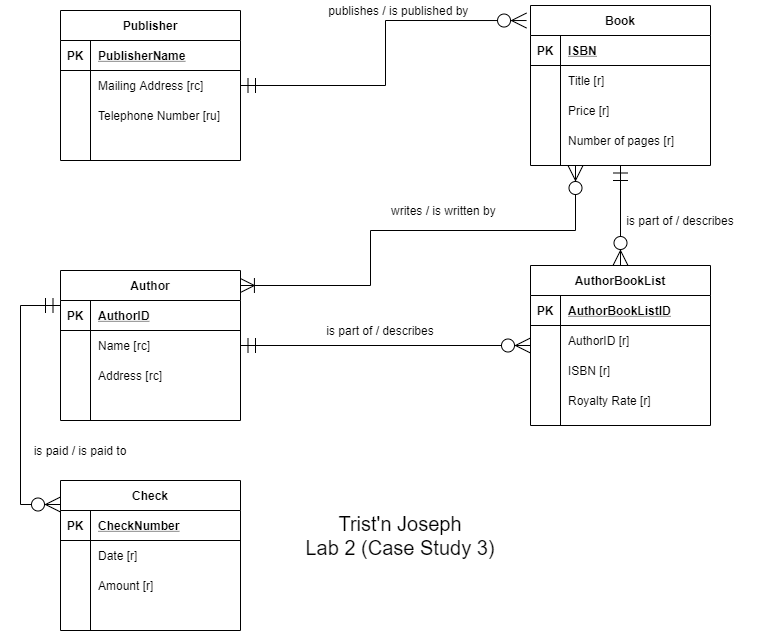
trisxcj1/SyracuseUniversity_IST659 keeps this draw.io diagram as Lab 2/Lab 02 - Conceptual Modeling (Case study 3).png. Above is the earlier version. Source tidied: cells renumbered, new cells last; positions are measured from the earlier drawing's top-left corner, leaving out a move shared by most shapes.
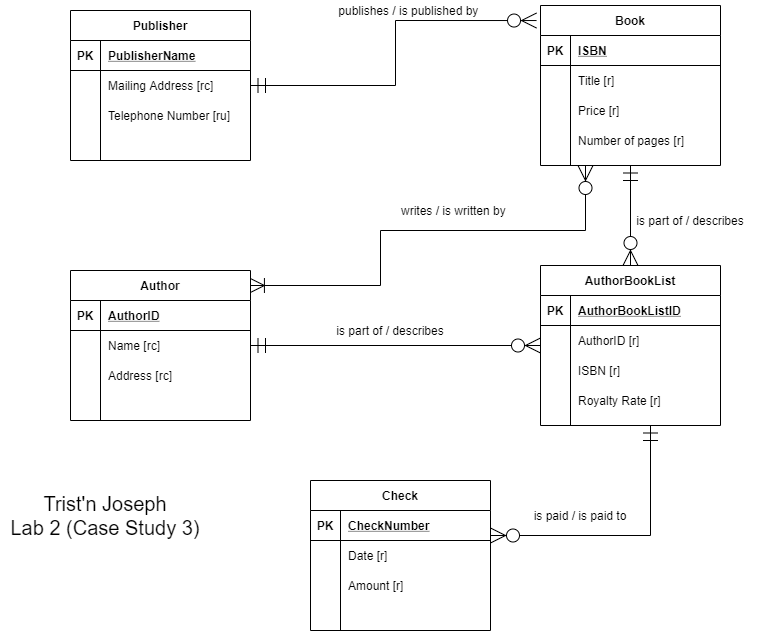
The same file after the commit.

Commit message:
is prof talking about the conceptual model or the logical model??

What changed in the source:
```diff
@@ -92,13 +92,6 @@
         </Array>
       </mxGeometry>
     </mxCell>
-    <mxCell id="30" style="edgeStyle=orthogonalEdgeStyle;rounded=0;jettySize=auto;html=1;entryX=0;entryY=0.16;entryDx=0;entryDy=0;entryPerimeter=0;startArrow=ERmandOne;startFill=0;startSize=13;endArrow=ERzeroToMany;endFill=1;endSize=13;" parent="1" edge="1" source="31" target="44">
-      <mxGeometry relative="1" as="geometry">
-        <Array as="points">
-          <mxPoint x="20" y="305" />
-        </Array>
-      </mxGeometry>
-    </mxCell>
     <mxCell id="31" value="Author" style="shape=table;startSize=30;rowLines=0;fontStyle=1;align=center;" parent="1" vertex="1">
       <mxGeometry x="60" y="270" width="180" height="150" as="geometry" />
     </mxCell>
@@ -139,7 +132,7 @@
       <mxGeometry x="30" width="150" height="30" as="geometry" />
     </mxCell>
     <mxCell id="44" value="Check" style="shape=table;startSize=30;rowLines=0;fontStyle=1;align=center;" parent="1" vertex="1">
-      <mxGeometry x="60" y="480" width="180" height="150" as="geometry" />
+      <mxGeometry x="300" y="480" width="180" height="150" as="geometry" />
     </mxCell>
     <mxCell id="45" style="shape=partialRectangle;fillColor=none;top=0;left=0;bottom=1;right=0;" parent="44" vertex="1">
       <mxGeometry y="30" width="180" height="30" as="geometry" />
@@ -184,14 +177,21 @@
       <mxGeometry x="370" y="200" width="150" height="20" as="geometry" />
     </mxCell>
     <mxCell id="59" value="is paid / is paid to" style="text;html=1;strokeColor=none;fillColor=none;align=center;verticalAlign=middle;whiteSpace=wrap;rounded=0;" parent="1" vertex="1">
-      <mxGeometry y="440" width="160" height="20" as="geometry" />
+      <mxGeometry x="490" y="505" width="160" height="20" as="geometry" />
     </mxCell>
     <mxCell id="60" value="Trist'n Joseph&lt;br style=&quot;font-size: 20px&quot;&gt;Lab 2 (Case Study 3)" style="text;html=1;strokeColor=none;fillColor=none;align=center;verticalAlign=middle;whiteSpace=wrap;rounded=0;fontSize=20;" parent="1" vertex="1">
-      <mxGeometry x="295" y="510" width="210" height="50" as="geometry" />
+      <mxGeometry x="-10" y="490" width="210" height="50" as="geometry" />
     </mxCell>
     <mxCell id="61" style="edgeStyle=orthogonalEdgeStyle;rounded=0;jettySize=auto;html=1;entryX=0.5;entryY=1;entryDx=0;entryDy=0;startArrow=ERzeroToMany;startFill=1;startSize=13;endArrow=ERmandOne;endFill=0;endSize=13;" parent="1" edge="1" source="62" target="16">
       <mxGeometry relative="1" as="geometry" />
     </mxCell>
+    <mxCell id="78" style="edgeStyle=orthogonalEdgeStyle;rounded=0;jettySize=auto;html=1;startArrow=ERmandOne;startFill=0;startSize=13;endArrow=ERzeroToMany;endFill=1;endSize=13;" parent="1" edge="1" source="62" target="44">
+      <mxGeometry relative="1" as="geometry">
+        <Array as="points">
+          <mxPoint x="640" y="535" />
+        </Array>
+      </mxGeometry>
+    </mxCell>
     <mxCell id="62" value="AuthorBookList" style="shape=table;startSize=30;rowLines=0;fontStyle=1;align=center;" parent="1" vertex="1">
       <mxGeometry x="530" y="265" width="180" height="160" as="geometry" />
     </mxCell>
```
